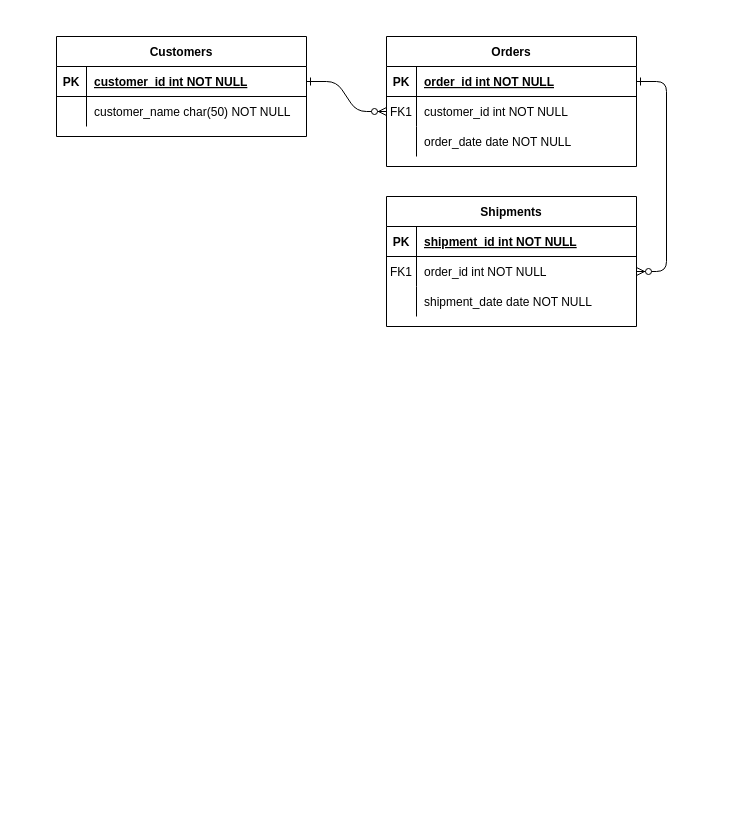
Earlier version of the draw.io diagram Untitled Diagram.drawio (CullenSharp/wireframe-exercise). Source tidied: cells renumbered, new cells numbered last; positions are measured from the earlier drawing's top-left corner, leaving out a move shared by most shapes. Both pictures are drawn from the tidied source at 100%, with x=0, y=0 at pixel (56, 36).
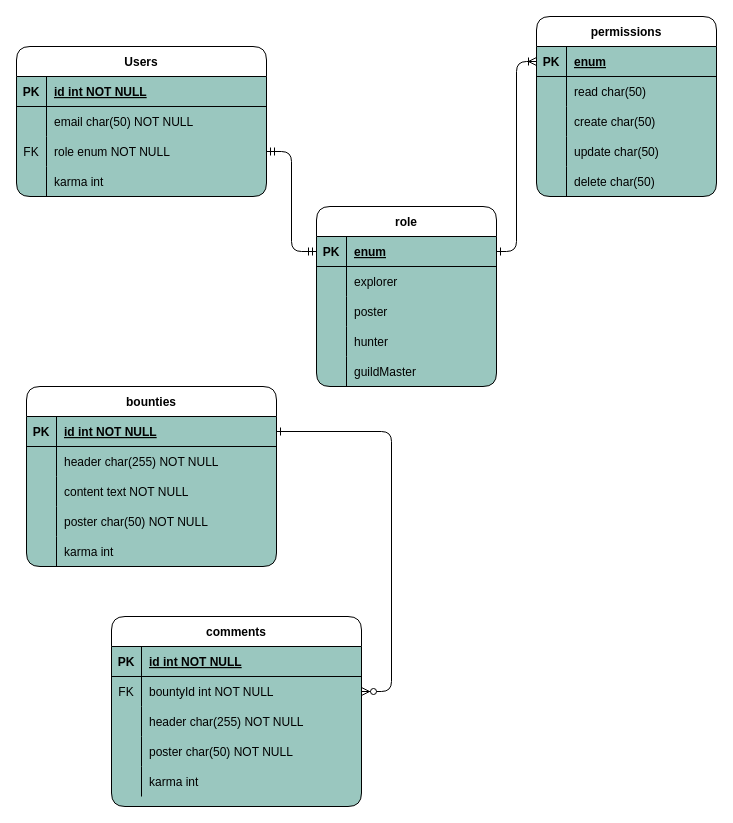
Above is the later version.

Unchanged cells that the change refers to:
```xml
<mxCell id="5" style="shape=partialRectangle;fillColor=none;points=[[0,0.5],[1,0.5]];portConstraint=eastwest;top=0;left=0;right=0;bottom=1;" parent="4" vertex="1">
  <mxGeometry y="30" width="250" height="30" as="geometry" />
</mxCell>
<mxCell id="8" style="shape=partialRectangle;fillColor=none;points=[[0,0.5],[1,0.5]];portConstraint=eastwest;top=0;left=0;right=0;bottom=0;" parent="4" vertex="1">
  <mxGeometry y="60" width="250" height="30" as="geometry" />
</mxCell>
<mxCell id="11" style="shape=partialRectangle;fillColor=none;top=0;left=0;right=0;bottom=0;" parent="4" vertex="1">
  <mxGeometry y="90" width="250" height="30" as="geometry" />
</mxCell>
<mxCell id="15" style="shape=partialRectangle;fillColor=none;top=0;left=0;right=0;bottom=1;" parent="14" vertex="1">
  <mxGeometry y="30" width="250" height="30" as="geometry" />
</mxCell>
<mxCell id="18" style="shape=partialRectangle;fillColor=none;points=[[0,0.5],[1,0.5]];portConstraint=eastwest;top=0;left=0;right=0;bottom=0;" parent="14" vertex="1">
  <mxGeometry y="60" width="250" height="30" as="geometry" />
</mxCell>
<mxCell id="21" style="shape=partialRectangle;fillColor=none;top=0;left=0;right=0;bottom=0;" parent="14" vertex="1">
  <mxGeometry y="90" width="250" height="30" as="geometry" />
</mxCell>
<mxCell id="25" style="shape=partialRectangle;fillColor=none;points=[[0,0.5],[1,0.5]];portConstraint=eastwest;top=0;left=0;right=0;bottom=1;" parent="24" vertex="1">
  <mxGeometry y="30" width="250" height="30" as="geometry" />
</mxCell>
<mxCell id="28" style="shape=partialRectangle;fillColor=none;top=0;left=0;right=0;bottom=0;" parent="24" vertex="1">
  <mxGeometry y="60" width="250" height="30" as="geometry" />
</mxCell>
```

Change to the diagram source:
```diff
@@
-    <mxCell id="2" style="edgeStyle=entityRelationEdgeStyle;endArrow=ERzeroToMany;startArrow=ERone;endFill=1;startFill=0;" parent="1" edge="1" source="25" target="8">
-      <mxGeometry relative="1" as="geometry" />
-    </mxCell>
@@
-    <mxCell id="4" value="Orders" style="shape=table;startSize=30;childLayout=tableLayout;rowLines=0;fontStyle=1;align=center;" parent="1" vertex="1">
-      <mxGeometry x="330" width="250" height="130" as="geometry" />
+    <mxCell id="4" value="bounties" style="shape=table;startSize=30;childLayout=tableLayout;rowLines=0;fontStyle=1;align=center;rounded=1;swimlaneFillColor=#9AC7BF;" parent="1" vertex="1">
+      <mxGeometry x="-30" y="350" width="250" height="180" as="geometry" />
     </mxCell>
@@
-    <mxCell id="7" value="order_id int NOT NULL " style="shape=partialRectangle;overflow=hidden;fillColor=none;top=0;left=0;bottom=0;right=0;align=left;spacingLeft=6;fontStyle=5;" parent="5" vertex="1">
+    <mxCell id="7" value="id int NOT NULL " style="shape=partialRectangle;overflow=hidden;fillColor=none;top=0;left=0;bottom=0;right=0;align=left;spacingLeft=6;fontStyle=5;" parent="5" vertex="1">
       <mxGeometry x="30" width="220" height="30" as="geometry" />
     </mxCell>
@@
-    <mxCell id="9" value="FK1" style="shape=partialRectangle;overflow=hidden;fillColor=none;top=0;left=0;bottom=0;right=0;" parent="8" vertex="1">
+    <mxCell id="9" style="shape=partialRectangle;overflow=hidden;fillColor=none;top=0;left=0;bottom=0;right=0;" parent="8" vertex="1">
       <mxGeometry width="30" height="30" as="geometry" />
     </mxCell>
-    <mxCell id="10" value="customer_id int NOT NULL" style="shape=partialRectangle;overflow=hidden;fillColor=none;top=0;left=0;bottom=0;right=0;align=left;spacingLeft=6;" parent="8" vertex="1">
+    <mxCell id="10" value="header char(255) NOT NULL" style="shape=partialRectangle;overflow=hidden;fillColor=none;top=0;left=0;bottom=0;right=0;align=left;spacingLeft=6;" parent="8" vertex="1">
       <mxGeometry x="30" width="220" height="30" as="geometry" />
     </mxCell>
@@
-    <mxCell id="13" value="order_date date NOT NULL" style="shape=partialRectangle;overflow=hidden;fillColor=none;top=0;left=0;bottom=0;right=0;align=left;spacingLeft=6;" parent="11" vertex="1">
+    <mxCell id="13" value="content text NOT NULL" style="shape=partialRectangle;overflow=hidden;fillColor=none;top=0;left=0;bottom=0;right=0;align=left;spacingLeft=6;" parent="11" vertex="1">
       <mxGeometry x="30" width="220" height="30" as="geometry" />
     </mxCell>
+    <mxCell id="31" style="shape=partialRectangle;fillColor=none;top=0;left=0;bottom=0;right=0;rounded=1;glass=0;sketch=0;strokeWidth=2;" parent="4" vertex="1">
+      <mxGeometry y="120" width="250" height="30" as="geometry" />
+    </mxCell>
+    <mxCell id="32" style="shape=partialRectangle;fillColor=none;top=0;left=0;bottom=0;right=0;overflow=hidden;" parent="31" vertex="1">
+      <mxGeometry width="30" height="30" as="geometry" />
+    </mxCell>
+    <mxCell id="33" value="poster char(50) NOT NULL" style="shape=partialRectangle;fillColor=none;top=0;left=0;bottom=0;right=0;align=left;spacingLeft=6;overflow=hidden;" parent="31" vertex="1">
+      <mxGeometry x="30" width="220" height="30" as="geometry" />
+    </mxCell>
+    <mxCell id="34" style="shape=partialRectangle;fillColor=none;top=0;left=0;bottom=0;right=0;rounded=1;glass=0;sketch=0;strokeWidth=2;" parent="4" vertex="1">
+      <mxGeometry y="150" width="250" height="30" as="geometry" />
+    </mxCell>
+    <mxCell id="35" style="shape=partialRectangle;fillColor=none;top=0;left=0;bottom=0;right=0;overflow=hidden;" parent="34" vertex="1">
+      <mxGeometry width="30" height="30" as="geometry" />
+    </mxCell>
+    <mxCell id="36" value="karma int" style="shape=partialRectangle;fillColor=none;top=0;left=0;bottom=0;right=0;align=left;spacingLeft=6;overflow=hidden;" parent="34" vertex="1">
+      <mxGeometry x="30" width="220" height="30" as="geometry" />
+    </mxCell>
-    <mxCell id="14" value="Shipments" style="shape=table;startSize=30;childLayout=tableLayout;rowLines=0;fontStyle=1;align=center;" parent="1" vertex="1">
-      <mxGeometry x="330" y="160" width="250" height="130" as="geometry" />
+    <mxCell id="14" value="comments" style="shape=table;startSize=30;childLayout=tableLayout;rowLines=0;fontStyle=1;align=center;rounded=1;swimlaneFillColor=#9AC7BF;" parent="1" vertex="1">
+      <mxGeometry x="55" y="580" width="250" height="190" as="geometry" />
     </mxCell>
@@
-    <mxCell id="17" value="shipment_id int NOT NULL " style="shape=partialRectangle;overflow=hidden;fillColor=none;top=0;left=0;bottom=0;right=0;align=left;spacingLeft=6;fontStyle=5;" parent="15" vertex="1">
+    <mxCell id="17" value="id int NOT NULL " style="shape=partialRectangle;overflow=hidden;fillColor=none;top=0;left=0;bottom=0;right=0;align=left;spacingLeft=6;fontStyle=5;" parent="15" vertex="1">
       <mxGeometry x="30" width="220" height="30" as="geometry" />
     </mxCell>
@@
-    <mxCell id="19" value="FK1" style="shape=partialRectangle;overflow=hidden;fillColor=none;top=0;left=0;bottom=0;right=0;" parent="18" vertex="1">
+    <mxCell id="19" value="FK" style="shape=partialRectangle;overflow=hidden;fillColor=none;top=0;left=0;bottom=0;right=0;" parent="18" vertex="1">
       <mxGeometry width="30" height="30" as="geometry" />
     </mxCell>
-    <mxCell id="20" value="order_id int NOT NULL" style="shape=partialRectangle;overflow=hidden;fillColor=none;top=0;left=0;bottom=0;right=0;align=left;spacingLeft=6;" parent="18" vertex="1">
+    <mxCell id="20" value="bountyId int NOT NULL" style="shape=partialRectangle;overflow=hidden;fillColor=none;top=0;left=0;bottom=0;right=0;align=left;spacingLeft=6;" parent="18" vertex="1">
       <mxGeometry x="30" width="220" height="30" as="geometry" />
     </mxCell>
@@
-    <mxCell id="23" value="shipment_date date NOT NULL" style="shape=partialRectangle;overflow=hidden;fillColor=none;top=0;left=0;bottom=0;right=0;align=left;spacingLeft=6;" parent="21" vertex="1">
+    <mxCell id="23" value="header char(255) NOT NULL" style="shape=partialRectangle;overflow=hidden;fillColor=none;top=0;left=0;bottom=0;right=0;align=left;spacingLeft=6;" parent="21" vertex="1">
       <mxGeometry x="30" width="220" height="30" as="geometry" />
     </mxCell>
+    <mxCell id="37" style="shape=partialRectangle;fillColor=none;top=0;left=0;bottom=0;right=0;rounded=1;glass=0;sketch=0;strokeWidth=2;" parent="14" vertex="1">
+      <mxGeometry y="120" width="250" height="30" as="geometry" />
+    </mxCell>
+    <mxCell id="38" style="shape=partialRectangle;fillColor=none;top=0;left=0;bottom=0;right=0;overflow=hidden;" parent="37" vertex="1">
+      <mxGeometry width="30" height="30" as="geometry" />
+    </mxCell>
+    <mxCell id="39" value="poster char(50) NOT NULL" style="shape=partialRectangle;fillColor=none;top=0;left=0;bottom=0;right=0;align=left;spacingLeft=6;overflow=hidden;" parent="37" vertex="1">
+      <mxGeometry x="30" width="220" height="30" as="geometry" />
+    </mxCell>
+    <mxCell id="40" style="shape=partialRectangle;fillColor=none;top=0;left=0;bottom=0;right=0;rounded=1;glass=0;sketch=0;strokeWidth=2;" parent="14" vertex="1">
+      <mxGeometry y="150" width="250" height="30" as="geometry" />
+    </mxCell>
+    <mxCell id="41" style="shape=partialRectangle;fillColor=none;top=0;left=0;bottom=0;right=0;overflow=hidden;" parent="40" vertex="1">
+      <mxGeometry width="30" height="30" as="geometry" />
+    </mxCell>
+    <mxCell id="42" value="karma int" style="shape=partialRectangle;fillColor=none;top=0;left=0;bottom=0;right=0;align=left;spacingLeft=6;overflow=hidden;" parent="40" vertex="1">
+      <mxGeometry x="30" width="220" height="30" as="geometry" />
+    </mxCell>
-    <mxCell id="24" value="Customers" style="shape=table;startSize=30;childLayout=tableLayout;rowLines=0;fontStyle=1;align=center;" parent="1" vertex="1">
-      <mxGeometry width="250" height="100" as="geometry" />
+    <mxCell id="24" value="Users" style="shape=table;startSize=30;childLayout=tableLayout;rowLines=0;fontStyle=1;align=center;rounded=1;swimlaneFillColor=#9AC7BF;" parent="1" vertex="1">
+      <mxGeometry x="-40" y="10" width="250" height="150" as="geometry" />
     </mxCell>
@@
-    <mxCell id="27" value="customer_id int NOT NULL " style="shape=partialRectangle;overflow=hidden;fillColor=none;top=0;left=0;bottom=0;right=0;align=left;spacingLeft=6;fontStyle=5;" parent="25" vertex="1">
+    <mxCell id="27" value="id int NOT NULL " style="shape=partialRectangle;overflow=hidden;fillColor=none;top=0;left=0;bottom=0;right=0;align=left;spacingLeft=6;fontStyle=5;" parent="25" vertex="1">
       <mxGeometry x="30" width="220" height="30" as="geometry" />
     </mxCell>
@@
-    <mxCell id="30" value="customer_name char(50) NOT NULL" style="shape=partialRectangle;overflow=hidden;fillColor=none;top=0;left=0;bottom=0;right=0;align=left;spacingLeft=6;" parent="28" vertex="1">
+    <mxCell id="30" value="email char(50) NOT NULL" style="shape=partialRectangle;overflow=hidden;fillColor=none;top=0;left=0;bottom=0;right=0;align=left;spacingLeft=6;" parent="28" vertex="1">
       <mxGeometry x="30" width="220" height="30" as="geometry" />
     </mxCell>
+    <mxCell id="43" style="shape=partialRectangle;fillColor=none;top=0;left=0;bottom=0;right=0;points=[[0,0.5],[1,0.5]];portConstraint=eastwest;rounded=1;glass=0;sketch=0;" parent="24" vertex="1">
+      <mxGeometry y="90" width="250" height="30" as="geometry" />
+    </mxCell>
+    <mxCell id="44" value="FK" style="shape=partialRectangle;fillColor=none;top=0;left=0;bottom=0;right=0;fontStyle=0;overflow=hidden;" parent="43" vertex="1">
+      <mxGeometry width="30" height="30" as="geometry" />
+    </mxCell>
+    <mxCell id="45" value="role enum NOT NULL" style="shape=partialRectangle;fillColor=none;top=0;left=0;bottom=0;right=0;align=left;spacingLeft=6;fontStyle=0;overflow=hidden;" parent="43" vertex="1">
+      <mxGeometry x="30" width="220" height="30" as="geometry" />
+    </mxCell>
+    <mxCell id="46" style="shape=partialRectangle;fillColor=none;top=0;left=0;bottom=0;right=0;rounded=1;glass=0;sketch=0;strokeWidth=2;" parent="24" vertex="1">
+      <mxGeometry y="120" width="250" height="30" as="geometry" />
+    </mxCell>
+    <mxCell id="47" style="shape=partialRectangle;fillColor=none;top=0;left=0;bottom=0;right=0;overflow=hidden;" parent="46" vertex="1">
+      <mxGeometry width="30" height="30" as="geometry" />
+    </mxCell>
+    <mxCell id="48" value="karma int" style="shape=partialRectangle;fillColor=none;top=0;left=0;bottom=0;right=0;align=left;spacingLeft=6;overflow=hidden;" parent="46" vertex="1">
+      <mxGeometry x="30" width="220" height="30" as="geometry" />
+    </mxCell>
+    <mxCell id="49" value="role" style="shape=table;startSize=30;childLayout=tableLayout;rowLines=0;fontStyle=1;align=center;rounded=1;glass=0;sketch=0;swimlaneFillColor=#9AC7BF;" parent="1" vertex="1">
+      <mxGeometry x="260" y="170" width="180" height="180" as="geometry" />
+    </mxCell>
+    <mxCell id="50" style="shape=partialRectangle;fillColor=none;top=0;left=0;bottom=1;right=0;points=[[0,0.5],[1,0.5]];portConstraint=eastwest;" parent="49" vertex="1">
+      <mxGeometry y="30" width="180" height="30" as="geometry" />
+    </mxCell>
+    <mxCell id="51" value="PK" style="shape=partialRectangle;fillColor=none;top=0;left=0;bottom=0;right=0;fontStyle=1;overflow=hidden;" parent="50" vertex="1">
+      <mxGeometry width="30" height="30" as="geometry" />
+    </mxCell>
+    <mxCell id="52" value="enum" style="shape=partialRectangle;fillColor=none;top=0;left=0;bottom=0;right=0;align=left;spacingLeft=6;fontStyle=5;overflow=hidden;" parent="50" vertex="1">
+      <mxGeometry x="30" width="150" height="30" as="geometry" />
+    </mxCell>
+    <mxCell id="53" style="shape=partialRectangle;fillColor=none;top=0;left=0;bottom=0;right=0;" parent="49" vertex="1">
+      <mxGeometry y="60" width="180" height="30" as="geometry" />
+    </mxCell>
+    <mxCell id="54" style="shape=partialRectangle;fillColor=none;top=0;left=0;bottom=0;right=0;overflow=hidden;" parent="53" vertex="1">
+      <mxGeometry width="30" height="30" as="geometry" />
+    </mxCell>
+    <mxCell id="55" value="explorer" style="shape=partialRectangle;fillColor=none;top=0;left=0;bottom=0;right=0;align=left;spacingLeft=6;overflow=hidden;" parent="53" vertex="1">
+      <mxGeometry x="30" width="150" height="30" as="geometry" />
+    </mxCell>
+    <mxCell id="56" style="shape=partialRectangle;fillColor=none;top=0;left=0;bottom=0;right=0;" parent="49" vertex="1">
+      <mxGeometry y="90" width="180" height="30" as="geometry" />
+    </mxCell>
+    <mxCell id="57" style="shape=partialRectangle;fillColor=none;top=0;left=0;bottom=0;right=0;overflow=hidden;" parent="56" vertex="1">
+      <mxGeometry width="30" height="30" as="geometry" />
+    </mxCell>
+    <mxCell id="58" value="poster" style="shape=partialRectangle;fillColor=none;top=0;left=0;bottom=0;right=0;align=left;spacingLeft=6;overflow=hidden;" parent="56" vertex="1">
+      <mxGeometry x="30" width="150" height="30" as="geometry" />
+    </mxCell>
+    <mxCell id="59" style="shape=partialRectangle;fillColor=none;top=0;left=0;bottom=0;right=0;" parent="49" vertex="1">
+      <mxGeometry y="120" width="180" height="30" as="geometry" />
+    </mxCell>
+    <mxCell id="60" style="shape=partialRectangle;fillColor=none;top=0;left=0;bottom=0;right=0;overflow=hidden;" parent="59" vertex="1">
+      <mxGeometry width="30" height="30" as="geometry" />
+    </mxCell>
+    <mxCell id="61" value="hunter" style="shape=partialRectangle;fillColor=none;top=0;left=0;bottom=0;right=0;align=left;spacingLeft=6;overflow=hidden;" parent="59" vertex="1">
+      <mxGeometry x="30" width="150" height="30" as="geometry" />
+    </mxCell>
+    <mxCell id="62" style="shape=partialRectangle;fillColor=none;top=0;left=0;bottom=0;right=0;rounded=1;glass=0;sketch=0;" parent="49" vertex="1">
+      <mxGeometry y="150" width="180" height="30" as="geometry" />
+    </mxCell>
+    <mxCell id="63" style="shape=partialRectangle;fillColor=none;top=0;left=0;bottom=0;right=0;overflow=hidden;" parent="62" vertex="1">
+      <mxGeometry width="30" height="30" as="geometry" />
+    </mxCell>
+    <mxCell id="64" value="guildMaster" style="shape=partialRectangle;fillColor=none;top=0;left=0;bottom=0;right=0;align=left;spacingLeft=6;overflow=hidden;" parent="62" vertex="1">
+      <mxGeometry x="30" width="150" height="30" as="geometry" />
+    </mxCell>
+    <mxCell id="65" style="edgeStyle=orthogonalEdgeStyle;rounded=1;jettySize=auto;html=1;exitX=1;exitY=0.5;exitDx=0;exitDy=0;entryX=0;entryY=0.5;entryDx=0;entryDy=0;startArrow=ERmandOne;startFill=0;endArrow=ERmandOne;endFill=0;strokeWidth=1;" parent="1" edge="1" source="43" target="50">
+      <mxGeometry relative="1" as="geometry" />
+    </mxCell>
+    <mxCell id="66" value="permissions" style="shape=table;startSize=30;childLayout=tableLayout;rowLines=0;fontStyle=1;align=center;rounded=1;glass=0;sketch=0;swimlaneFillColor=#9AC7BF;" parent="1" vertex="1">
+      <mxGeometry x="480" y="-20" width="180" height="180" as="geometry" />
+    </mxCell>
+    <mxCell id="67" style="shape=partialRectangle;fillColor=none;top=0;left=0;bottom=1;right=0;points=[[0,0.5],[1,0.5]];portConstraint=eastwest;" parent="66" vertex="1">
+      <mxGeometry y="30" width="180" height="30" as="geometry" />
+    </mxCell>
+    <mxCell id="68" value="PK" style="shape=partialRectangle;fillColor=none;top=0;left=0;bottom=0;right=0;fontStyle=1;overflow=hidden;" parent="67" vertex="1">
+      <mxGeometry width="30" height="30" as="geometry" />
+    </mxCell>
+    <mxCell id="69" value="enum" style="shape=partialRectangle;fillColor=none;top=0;left=0;bottom=0;right=0;align=left;spacingLeft=6;fontStyle=5;overflow=hidden;" parent="67" vertex="1">
+      <mxGeometry x="30" width="150" height="30" as="geometry" />
+    </mxCell>
+    <mxCell id="70" style="shape=partialRectangle;fillColor=none;top=0;left=0;bottom=0;right=0;" parent="66" vertex="1">
+      <mxGeometry y="60" width="180" height="30" as="geometry" />
+    </mxCell>
+    <mxCell id="71" style="shape=partialRectangle;fillColor=none;top=0;left=0;bottom=0;right=0;overflow=hidden;" parent="70" vertex="1">
+      <mxGeometry width="30" height="30" as="geometry" />
+    </mxCell>
+    <mxCell id="72" value="read char(50)" style="shape=partialRectangle;fillColor=none;top=0;left=0;bottom=0;right=0;align=left;spacingLeft=6;overflow=hidden;" parent="70" vertex="1">
+      <mxGeometry x="30" width="150" height="30" as="geometry" />
+    </mxCell>
+    <mxCell id="73" style="shape=partialRectangle;fillColor=none;top=0;left=0;bottom=0;right=0;" parent="66" vertex="1">
+      <mxGeometry y="90" width="180" height="30" as="geometry" />
+    </mxCell>
+    <mxCell id="74" style="shape=partialRectangle;fillColor=none;top=0;left=0;bottom=0;right=0;overflow=hidden;" parent="73" vertex="1">
+      <mxGeometry width="30" height="30" as="geometry" />
+    </mxCell>
+    <mxCell id="75" value="create char(50)" style="shape=partialRectangle;fillColor=none;top=0;left=0;bottom=0;right=0;align=left;spacingLeft=6;overflow=hidden;" parent="73" vertex="1">
+      <mxGeometry x="30" width="150" height="30" as="geometry" />
+    </mxCell>
+    <mxCell id="76" style="shape=partialRectangle;fillColor=none;top=0;left=0;bottom=0;right=0;" parent="66" vertex="1">
+      <mxGeometry y="120" width="180" height="30" as="geometry" />
+    </mxCell>
+    <mxCell id="77" style="shape=partialRectangle;fillColor=none;top=0;left=0;bottom=0;right=0;overflow=hidden;" parent="76" vertex="1">
+      <mxGeometry width="30" height="30" as="geometry" />
+    </mxCell>
+    <mxCell id="78" value="update char(50)" style="shape=partialRectangle;fillColor=none;top=0;left=0;bottom=0;right=0;align=left;spacingLeft=6;overflow=hidden;" parent="76" vertex="1">
+      <mxGeometry x="30" width="150" height="30" as="geometry" />
+    </mxCell>
+    <mxCell id="79" style="shape=partialRectangle;fillColor=none;top=0;left=0;bottom=0;right=0;rounded=1;glass=0;sketch=0;" parent="66" vertex="1">
+      <mxGeometry y="150" width="180" height="30" as="geometry" />
+    </mxCell>
+    <mxCell id="80" style="shape=partialRectangle;fillColor=none;top=0;left=0;bottom=0;right=0;overflow=hidden;" parent="79" vertex="1">
+      <mxGeometry width="30" height="30" as="geometry" />
+    </mxCell>
+    <mxCell id="81" value="delete char(50)" style="shape=partialRectangle;fillColor=none;top=0;left=0;bottom=0;right=0;align=left;spacingLeft=6;overflow=hidden;" parent="79" vertex="1">
+      <mxGeometry x="30" width="150" height="30" as="geometry" />
+    </mxCell>
+    <mxCell id="82" style="edgeStyle=orthogonalEdgeStyle;rounded=1;jettySize=auto;html=1;exitX=1;exitY=0.5;exitDx=0;exitDy=0;startArrow=ERone;startFill=0;endArrow=ERoneToMany;endFill=0;strokeWidth=1;" parent="1" edge="1" source="50" target="67">
+      <mxGeometry relative="1" as="geometry" />
+    </mxCell>
```
